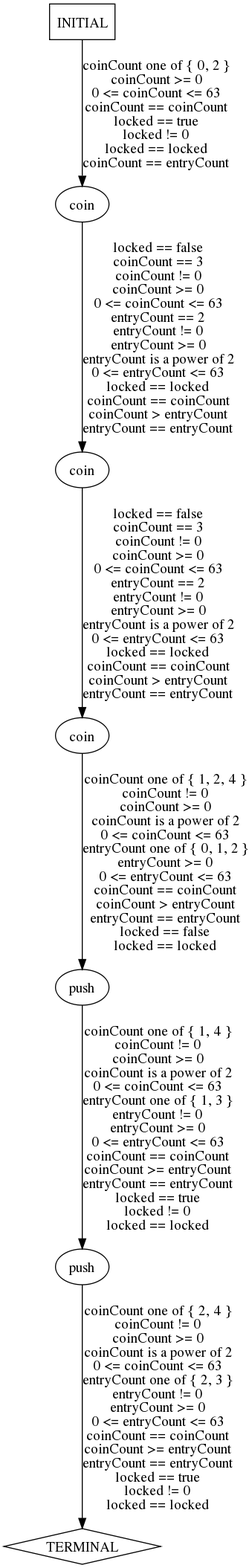
ModelInference/synoptic keeps this Graphviz diagram as traces/abstract/turnstile-example/predicted-paths/turnstile-example-test15.dot.png. Above is the earlier version. Its source is kept beside it as traces/abstract/turnstile-example/predicted-paths/turnstile-example-test15.dot.
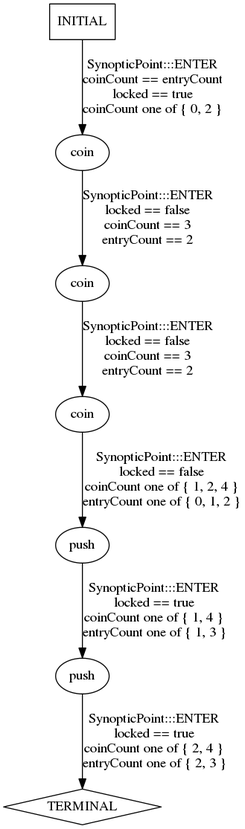
Above is the later version.

Change to the diagram source:
```diff
@@ -6,10 +6,10 @@
   4 [label="push"];
   5 [label="TERMINAL",shape=diamond];
   6 [label="INITIAL",shape=box];
-0->1 [label="locked == false\ncoinCount == 3\ncoinCount != 0\ncoinCount >= 0\n0 <= coinCount <= 63\nentryCount == 2\nentryCount != 0\nentryCount >= 0\nentryCount is a power of 2\n0 <= entryCount <= 63\nlocked == locked\ncoinCount == coinCount\ncoinCount > entryCount\nentryCount == entryCount",];
-1->2 [label="locked == false\ncoinCount == 3\ncoinCount != 0\ncoinCount >= 0\n0 <= coinCount <= 63\nentryCount == 2\nentryCount != 0\nentryCount >= 0\nentryCount is a power of 2\n0 <= entryCount <= 63\nlocked == locked\ncoinCount == coinCount\ncoinCount > entryCount\nentryCount == entryCount",];
-2->3 [label="coinCount one of { 1, 2, 4 }\ncoinCount != 0\ncoinCount >= 0\ncoinCount is a power of 2\n0 <= coinCount <= 63\nentryCount one of { 0, 1, 2 }\nentryCount >= 0\n0 <= entryCount <= 63\ncoinCount == coinCount\ncoinCount > entryCount\nentryCount == entryCount\nlocked == false\nlocked == locked",];
-3->4 [label="coinCount one of { 1, 4 }\ncoinCount != 0\ncoinCount >= 0\ncoinCount is a power of 2\n0 <= coinCount <= 63\nentryCount one of { 1, 3 }\nentryCount != 0\nentryCount >= 0\n0 <= entryCount <= 63\ncoinCount == coinCount\ncoinCount >= entryCount\nentryCount == entryCount\nlocked == true\nlocked != 0\nlocked == locked",];
-4->5 [label="coinCount one of { 2, 4 }\ncoinCount != 0\ncoinCount >= 0\ncoinCount is a power of 2\n0 <= coinCount <= 63\nentryCount one of { 2, 3 }\nentryCount != 0\nentryCount >= 0\n0 <= entryCount <= 63\ncoinCount == coinCount\ncoinCount >= entryCount\nentryCount == entryCount\nlocked == true\nlocked != 0\nlocked == locked",];
-6->0 [label="coinCount one of { 0, 2 }\ncoinCount >= 0\n0 <= coinCount <= 63\ncoinCount == coinCount\nlocked == true\nlocked != 0\nlocked == locked\ncoinCount == entryCount",];
+0->1 [label="SynopticPoint:::ENTER\nlocked == false\ncoinCount == 3\nentryCount == 2\n",];
+1->2 [label="SynopticPoint:::ENTER\nlocked == false\ncoinCount == 3\nentryCount == 2\n",];
+2->3 [label="SynopticPoint:::ENTER\nlocked == false\ncoinCount one of { 1, 2, 4 }\nentryCount one of { 0, 1, 2 }\n",];
+3->4 [label="SynopticPoint:::ENTER\nlocked == true\ncoinCount one of { 1, 4 }\nentryCount one of { 1, 3 }\n",];
+4->5 [label="SynopticPoint:::ENTER\nlocked == true\ncoinCount one of { 2, 4 }\nentryCount one of { 2, 3 }\n",];
+6->0 [label="SynopticPoint:::ENTER\ncoinCount == entryCount\nlocked == true\ncoinCount one of { 0, 2 }\n",];
 } // digraph {
```
